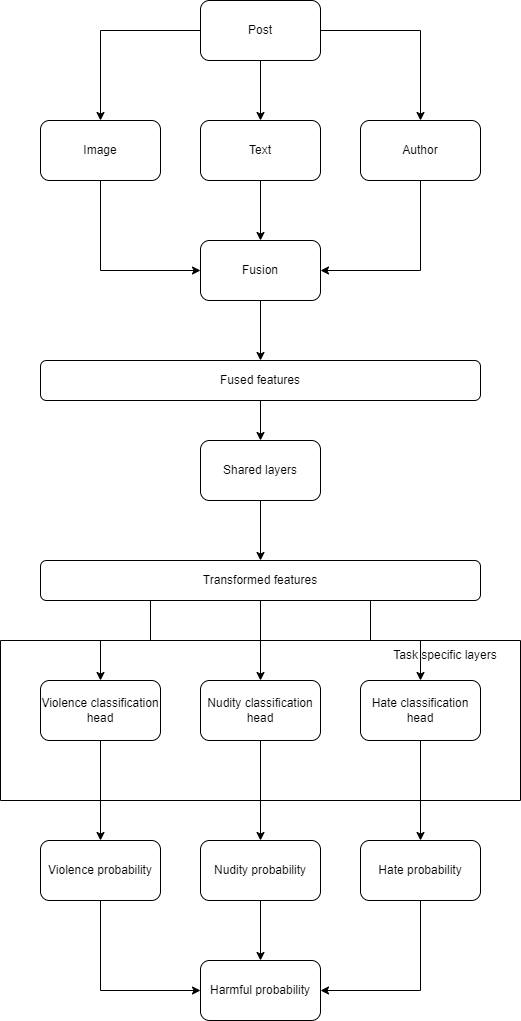
The draw.io diagram machine-learning/image/machine-learning-system-design-1/harmful-content-detection-7.png in riehseun/riehseun.github.io, before a commit. Source tidied: cells renumbered, new cells last; positions are measured from the earlier drawing's top-left corner, leaving out a move shared by most shapes. Its diagram source:
```xml
<mxGraphModel>
  <root>
    <mxCell id="0" />
    <mxCell id="1" parent="0" />
    <mxCell id="2" style="edgeStyle=orthogonalEdgeStyle;rounded=0;jettySize=auto;html=1;exitX=0.5;exitY=1;exitDx=0;exitDy=0;entryX=0.5;entryY=0;entryDx=0;entryDy=0;" parent="1" edge="1" source="3" target="36">
      <mxGeometry relative="1" as="geometry" />
    </mxCell>
    <mxCell id="3" value="Nudity probability" style="rounded=1;whiteSpace=wrap;html=1;" parent="1" vertex="1">
      <mxGeometry x="200" y="840" width="120" height="60" as="geometry" />
    </mxCell>
    <mxCell id="4" style="edgeStyle=orthogonalEdgeStyle;rounded=0;jettySize=auto;html=1;exitX=0.5;exitY=1;exitDx=0;exitDy=0;entryX=0.5;entryY=0;entryDx=0;entryDy=0;" parent="1" edge="1" source="5" target="13">
      <mxGeometry relative="1" as="geometry" />
    </mxCell>
    <mxCell id="5" value="Violence classification head" style="rounded=1;whiteSpace=wrap;html=1;" parent="1" vertex="1">
      <mxGeometry x="40" y="680" width="120" height="60" as="geometry" />
    </mxCell>
    <mxCell id="6" style="edgeStyle=orthogonalEdgeStyle;rounded=0;jettySize=auto;html=1;exitX=0.5;exitY=1;exitDx=0;exitDy=0;entryX=0.5;entryY=0;entryDx=0;entryDy=0;" parent="1" edge="1" source="7" target="17">
      <mxGeometry relative="1" as="geometry" />
    </mxCell>
    <mxCell id="7" value="Fused features" style="rounded=1;whiteSpace=wrap;html=1;" parent="1" vertex="1">
      <mxGeometry x="40" y="360" width="440" height="40" as="geometry" />
    </mxCell>
    <mxCell id="8" style="edgeStyle=orthogonalEdgeStyle;rounded=0;jettySize=auto;html=1;exitX=0.5;exitY=1;exitDx=0;exitDy=0;entryX=0.5;entryY=0;entryDx=0;entryDy=0;" parent="1" edge="1" source="9" target="3">
      <mxGeometry relative="1" as="geometry" />
    </mxCell>
    <mxCell id="9" value="Nudity classification head" style="rounded=1;whiteSpace=wrap;html=1;" parent="1" vertex="1">
      <mxGeometry x="200" y="680" width="120" height="60" as="geometry" />
    </mxCell>
    <mxCell id="10" style="edgeStyle=orthogonalEdgeStyle;rounded=0;jettySize=auto;html=1;exitX=0.5;exitY=1;exitDx=0;exitDy=0;entryX=0.5;entryY=0;entryDx=0;entryDy=0;" parent="1" edge="1" source="11" target="15">
      <mxGeometry relative="1" as="geometry" />
    </mxCell>
    <mxCell id="11" value="Hate classification head" style="rounded=1;whiteSpace=wrap;html=1;" parent="1" vertex="1">
      <mxGeometry x="360" y="680" width="120" height="60" as="geometry" />
    </mxCell>
    <mxCell id="12" style="edgeStyle=orthogonalEdgeStyle;rounded=0;jettySize=auto;html=1;exitX=0.5;exitY=1;exitDx=0;exitDy=0;entryX=0;entryY=0.5;entryDx=0;entryDy=0;" parent="1" edge="1" source="13" target="36">
      <mxGeometry relative="1" as="geometry" />
    </mxCell>
    <mxCell id="13" value="Violence probability" style="rounded=1;whiteSpace=wrap;html=1;" parent="1" vertex="1">
      <mxGeometry x="40" y="840" width="120" height="60" as="geometry" />
    </mxCell>
    <mxCell id="14" style="edgeStyle=orthogonalEdgeStyle;rounded=0;jettySize=auto;html=1;exitX=0.5;exitY=1;exitDx=0;exitDy=0;entryX=1;entryY=0.5;entryDx=0;entryDy=0;" parent="1" edge="1" source="15" target="36">
      <mxGeometry relative="1" as="geometry" />
    </mxCell>
    <mxCell id="15" value="Hate probability" style="rounded=1;whiteSpace=wrap;html=1;" parent="1" vertex="1">
      <mxGeometry x="360" y="840" width="120" height="60" as="geometry" />
    </mxCell>
    <mxCell id="16" style="edgeStyle=orthogonalEdgeStyle;rounded=0;jettySize=auto;html=1;exitX=0.5;exitY=1;exitDx=0;exitDy=0;entryX=0.5;entryY=0;entryDx=0;entryDy=0;" parent="1" edge="1" source="17" target="21">
      <mxGeometry relative="1" as="geometry" />
    </mxCell>
    <mxCell id="17" value="Shared layers" style="rounded=1;whiteSpace=wrap;html=1;" parent="1" vertex="1">
      <mxGeometry x="200" y="440" width="120" height="60" as="geometry" />
    </mxCell>
    <mxCell id="18" style="edgeStyle=orthogonalEdgeStyle;rounded=0;jettySize=auto;html=1;exitX=0.5;exitY=1;exitDx=0;exitDy=0;entryX=0.5;entryY=0;entryDx=0;entryDy=0;" parent="1" edge="1" source="21" target="9">
      <mxGeometry relative="1" as="geometry" />
    </mxCell>
    <mxCell id="19" style="edgeStyle=orthogonalEdgeStyle;rounded=0;jettySize=auto;html=1;exitX=0.25;exitY=1;exitDx=0;exitDy=0;entryX=0.5;entryY=0;entryDx=0;entryDy=0;" parent="1" edge="1" source="21" target="5">
      <mxGeometry relative="1" as="geometry" />
    </mxCell>
    <mxCell id="20" style="edgeStyle=orthogonalEdgeStyle;rounded=0;jettySize=auto;html=1;exitX=0.75;exitY=1;exitDx=0;exitDy=0;entryX=0.5;entryY=0;entryDx=0;entryDy=0;" parent="1" edge="1" source="21" target="11">
      <mxGeometry relative="1" as="geometry" />
    </mxCell>
    <mxCell id="21" value="Transformed features" style="rounded=1;whiteSpace=wrap;html=1;" parent="1" vertex="1">
      <mxGeometry x="40" y="560" width="440" height="40" as="geometry" />
    </mxCell>
    <mxCell id="22" style="swimlane;startSize=0;" parent="1" vertex="1">
      <mxGeometry y="640" width="520" height="160" as="geometry" />
    </mxCell>
    <mxCell id="23" value="Task specific layers" style="text;html=1;strokeColor=none;fillColor=none;align=center;verticalAlign=middle;whiteSpace=wrap;rounded=0;" parent="22" vertex="1">
      <mxGeometry x="370" width="150" height="30" as="geometry" />
    </mxCell>
    <mxCell id="24" style="edgeStyle=orthogonalEdgeStyle;rounded=0;jettySize=auto;html=1;exitX=0;exitY=0.5;exitDx=0;exitDy=0;entryX=0.5;entryY=0;entryDx=0;entryDy=0;" parent="1" edge="1" source="27" target="29">
      <mxGeometry relative="1" as="geometry" />
    </mxCell>
    <mxCell id="25" style="edgeStyle=orthogonalEdgeStyle;rounded=0;jettySize=auto;html=1;exitX=0.5;exitY=1;exitDx=0;exitDy=0;entryX=0.5;entryY=0;entryDx=0;entryDy=0;" parent="1" edge="1" source="27" target="31">
      <mxGeometry relative="1" as="geometry" />
    </mxCell>
    <mxCell id="26" style="edgeStyle=orthogonalEdgeStyle;rounded=0;jettySize=auto;html=1;exitX=1;exitY=0.5;exitDx=0;exitDy=0;entryX=0.5;entryY=0;entryDx=0;entryDy=0;" parent="1" edge="1" source="27" target="33">
      <mxGeometry relative="1" as="geometry" />
    </mxCell>
    <mxCell id="27" value="Post" style="rounded=1;whiteSpace=wrap;html=1;" parent="1" vertex="1">
      <mxGeometry x="200" width="120" height="60" as="geometry" />
    </mxCell>
    <mxCell id="28" style="edgeStyle=orthogonalEdgeStyle;rounded=0;jettySize=auto;html=1;exitX=0.5;exitY=1;exitDx=0;exitDy=0;entryX=0;entryY=0.5;entryDx=0;entryDy=0;" parent="1" edge="1" source="29" target="35">
      <mxGeometry relative="1" as="geometry" />
    </mxCell>
    <mxCell id="29" value="Image" style="rounded=1;whiteSpace=wrap;html=1;" parent="1" vertex="1">
      <mxGeometry x="40" y="120" width="120" height="60" as="geometry" />
    </mxCell>
    <mxCell id="30" style="edgeStyle=orthogonalEdgeStyle;rounded=0;jettySize=auto;html=1;exitX=0.5;exitY=1;exitDx=0;exitDy=0;" parent="1" edge="1" source="31" target="35">
      <mxGeometry relative="1" as="geometry" />
    </mxCell>
    <mxCell id="31" value="Text" style="rounded=1;whiteSpace=wrap;html=1;" parent="1" vertex="1">
      <mxGeometry x="200" y="120" width="120" height="60" as="geometry" />
    </mxCell>
    <mxCell id="32" style="edgeStyle=orthogonalEdgeStyle;rounded=0;jettySize=auto;html=1;exitX=0.5;exitY=1;exitDx=0;exitDy=0;entryX=1;entryY=0.5;entryDx=0;entryDy=0;" parent="1" edge="1" source="33" target="35">
      <mxGeometry relative="1" as="geometry" />
    </mxCell>
    <mxCell id="33" value="Author" style="rounded=1;whiteSpace=wrap;html=1;" parent="1" vertex="1">
      <mxGeometry x="360" y="120" width="120" height="60" as="geometry" />
    </mxCell>
    <mxCell id="34" style="edgeStyle=orthogonalEdgeStyle;rounded=0;jettySize=auto;html=1;exitX=0.5;exitY=1;exitDx=0;exitDy=0;entryX=0.5;entryY=0;entryDx=0;entryDy=0;" parent="1" edge="1" source="35" target="7">
      <mxGeometry relative="1" as="geometry" />
    </mxCell>
    <mxCell id="35" value="Fusion" style="rounded=1;whiteSpace=wrap;html=1;" parent="1" vertex="1">
      <mxGeometry x="200" y="240" width="120" height="60" as="geometry" />
    </mxCell>
    <mxCell id="36" value="Harmful probability" style="rounded=1;whiteSpace=wrap;html=1;" parent="1" vertex="1">
      <mxGeometry x="200" y="960" width="120" height="60" as="geometry" />
    </mxCell>
  </root>
</mxGraphModel>
```
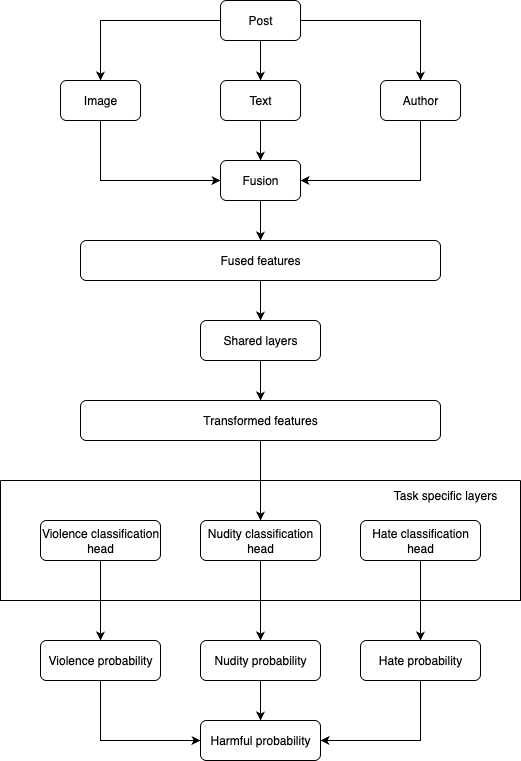
The same file after the commit.

What changed in the source:
```diff
@@ -6,68 +6,62 @@
       <mxGeometry relative="1" as="geometry" />
     </mxCell>
     <mxCell id="3" value="Nudity probability" style="rounded=1;whiteSpace=wrap;html=1;" parent="1" vertex="1">
-      <mxGeometry x="200" y="840" width="120" height="60" as="geometry" />
+      <mxGeometry x="200" y="640" width="120" height="40" as="geometry" />
     </mxCell>
     <mxCell id="4" style="edgeStyle=orthogonalEdgeStyle;rounded=0;jettySize=auto;html=1;exitX=0.5;exitY=1;exitDx=0;exitDy=0;entryX=0.5;entryY=0;entryDx=0;entryDy=0;" parent="1" edge="1" source="5" target="13">
       <mxGeometry relative="1" as="geometry" />
     </mxCell>
-    <mxCell id="5" value="Violence classification head" style="rounded=1;whiteSpace=wrap;html=1;" parent="1" vertex="1">
-      <mxGeometry x="40" y="680" width="120" height="60" as="geometry" />
-    </mxCell>
     <mxCell id="6" style="edgeStyle=orthogonalEdgeStyle;rounded=0;jettySize=auto;html=1;exitX=0.5;exitY=1;exitDx=0;exitDy=0;entryX=0.5;entryY=0;entryDx=0;entryDy=0;" parent="1" edge="1" source="7" target="17">
       <mxGeometry relative="1" as="geometry" />
     </mxCell>
     <mxCell id="7" value="Fused features" style="rounded=1;whiteSpace=wrap;html=1;" parent="1" vertex="1">
-      <mxGeometry x="40" y="360" width="440" height="40" as="geometry" />
+      <mxGeometry x="80" y="240" width="360" height="40" as="geometry" />
     </mxCell>
     <mxCell id="8" style="edgeStyle=orthogonalEdgeStyle;rounded=0;jettySize=auto;html=1;exitX=0.5;exitY=1;exitDx=0;exitDy=0;entryX=0.5;entryY=0;entryDx=0;entryDy=0;" parent="1" edge="1" source="9" target="3">
       <mxGeometry relative="1" as="geometry" />
     </mxCell>
     <mxCell id="9" value="Nudity classification head" style="rounded=1;whiteSpace=wrap;html=1;" parent="1" vertex="1">
-      <mxGeometry x="200" y="680" width="120" height="60" as="geometry" />
+      <mxGeometry x="200" y="520" width="120" height="40" as="geometry" />
     </mxCell>
     <mxCell id="10" style="edgeStyle=orthogonalEdgeStyle;rounded=0;jettySize=auto;html=1;exitX=0.5;exitY=1;exitDx=0;exitDy=0;entryX=0.5;entryY=0;entryDx=0;entryDy=0;" parent="1" edge="1" source="11" target="15">
       <mxGeometry relative="1" as="geometry" />
     </mxCell>
-    <mxCell id="11" value="Hate classification head" style="rounded=1;whiteSpace=wrap;html=1;" parent="1" vertex="1">
-      <mxGeometry x="360" y="680" width="120" height="60" as="geometry" />
-    </mxCell>
     <mxCell id="12" style="edgeStyle=orthogonalEdgeStyle;rounded=0;jettySize=auto;html=1;exitX=0.5;exitY=1;exitDx=0;exitDy=0;entryX=0;entryY=0.5;entryDx=0;entryDy=0;" parent="1" edge="1" source="13" target="36">
       <mxGeometry relative="1" as="geometry" />
     </mxCell>
     <mxCell id="13" value="Violence probability" style="rounded=1;whiteSpace=wrap;html=1;" parent="1" vertex="1">
-      <mxGeometry x="40" y="840" width="120" height="60" as="geometry" />
+      <mxGeometry x="40" y="640" width="120" height="40" as="geometry" />
     </mxCell>
     <mxCell id="14" style="edgeStyle=orthogonalEdgeStyle;rounded=0;jettySize=auto;html=1;exitX=0.5;exitY=1;exitDx=0;exitDy=0;entryX=1;entryY=0.5;entryDx=0;entryDy=0;" parent="1" edge="1" source="15" target="36">
       <mxGeometry relative="1" as="geometry" />
     </mxCell>
     <mxCell id="15" value="Hate probability" style="rounded=1;whiteSpace=wrap;html=1;" parent="1" vertex="1">
-      <mxGeometry x="360" y="840" width="120" height="60" as="geometry" />
+      <mxGeometry x="360" y="640" width="120" height="40" as="geometry" />
     </mxCell>
     <mxCell id="16" style="edgeStyle=orthogonalEdgeStyle;rounded=0;jettySize=auto;html=1;exitX=0.5;exitY=1;exitDx=0;exitDy=0;entryX=0.5;entryY=0;entryDx=0;entryDy=0;" parent="1" edge="1" source="17" target="21">
       <mxGeometry relative="1" as="geometry" />
     </mxCell>
     <mxCell id="17" value="Shared layers" style="rounded=1;whiteSpace=wrap;html=1;" parent="1" vertex="1">
-      <mxGeometry x="200" y="440" width="120" height="60" as="geometry" />
+      <mxGeometry x="200" y="320" width="120" height="40" as="geometry" />
     </mxCell>
     <mxCell id="18" style="edgeStyle=orthogonalEdgeStyle;rounded=0;jettySize=auto;html=1;exitX=0.5;exitY=1;exitDx=0;exitDy=0;entryX=0.5;entryY=0;entryDx=0;entryDy=0;" parent="1" edge="1" source="21" target="9">
       <mxGeometry relative="1" as="geometry" />
     </mxCell>
-    <mxCell id="19" style="edgeStyle=orthogonalEdgeStyle;rounded=0;jettySize=auto;html=1;exitX=0.25;exitY=1;exitDx=0;exitDy=0;entryX=0.5;entryY=0;entryDx=0;entryDy=0;" parent="1" edge="1" source="21" target="5">
-      <mxGeometry relative="1" as="geometry" />
-    </mxCell>
-    <mxCell id="20" style="edgeStyle=orthogonalEdgeStyle;rounded=0;jettySize=auto;html=1;exitX=0.75;exitY=1;exitDx=0;exitDy=0;entryX=0.5;entryY=0;entryDx=0;entryDy=0;" parent="1" edge="1" source="21" target="11">
-      <mxGeometry relative="1" as="geometry" />
-    </mxCell>
     <mxCell id="21" value="Transformed features" style="rounded=1;whiteSpace=wrap;html=1;" parent="1" vertex="1">
-      <mxGeometry x="40" y="560" width="440" height="40" as="geometry" />
+      <mxGeometry x="80" y="400" width="360" height="40" as="geometry" />
     </mxCell>
     <mxCell id="22" style="swimlane;startSize=0;" parent="1" vertex="1">
-      <mxGeometry y="640" width="520" height="160" as="geometry" />
+      <mxGeometry y="480" width="520" height="120" as="geometry" />
     </mxCell>
     <mxCell id="23" value="Task specific layers" style="text;html=1;strokeColor=none;fillColor=none;align=center;verticalAlign=middle;whiteSpace=wrap;rounded=0;" parent="22" vertex="1">
       <mxGeometry x="370" width="150" height="30" as="geometry" />
     </mxCell>
+    <mxCell id="5" value="Violence classification head" style="rounded=1;whiteSpace=wrap;html=1;" parent="22" vertex="1">
+      <mxGeometry x="40" y="40" width="120" height="40" as="geometry" />
+    </mxCell>
+    <mxCell id="11" value="Hate classification head" style="rounded=1;whiteSpace=wrap;html=1;" parent="22" vertex="1">
+      <mxGeometry x="360" y="40" width="120" height="40" as="geometry" />
+    </mxCell>
     <mxCell id="24" style="edgeStyle=orthogonalEdgeStyle;rounded=0;jettySize=auto;html=1;exitX=0;exitY=0.5;exitDx=0;exitDy=0;entryX=0.5;entryY=0;entryDx=0;entryDy=0;" parent="1" edge="1" source="27" target="29">
       <mxGeometry relative="1" as="geometry" />
     </mxCell>
@@ -78,34 +72,34 @@
       <mxGeometry relative="1" as="geometry" />
     </mxCell>
     <mxCell id="27" value="Post" style="rounded=1;whiteSpace=wrap;html=1;" parent="1" vertex="1">
-      <mxGeometry x="200" width="120" height="60" as="geometry" />
+      <mxGeometry x="220" width="80" height="40" as="geometry" />
     </mxCell>
     <mxCell id="28" style="edgeStyle=orthogonalEdgeStyle;rounded=0;jettySize=auto;html=1;exitX=0.5;exitY=1;exitDx=0;exitDy=0;entryX=0;entryY=0.5;entryDx=0;entryDy=0;" parent="1" edge="1" source="29" target="35">
       <mxGeometry relative="1" as="geometry" />
     </mxCell>
     <mxCell id="29" value="Image" style="rounded=1;whiteSpace=wrap;html=1;" parent="1" vertex="1">
-      <mxGeometry x="40" y="120" width="120" height="60" as="geometry" />
+      <mxGeometry x="60" y="80" width="80" height="40" as="geometry" />
     </mxCell>
     <mxCell id="30" style="edgeStyle=orthogonalEdgeStyle;rounded=0;jettySize=auto;html=1;exitX=0.5;exitY=1;exitDx=0;exitDy=0;" parent="1" edge="1" source="31" target="35">
       <mxGeometry relative="1" as="geometry" />
     </mxCell>
     <mxCell id="31" value="Text" style="rounded=1;whiteSpace=wrap;html=1;" parent="1" vertex="1">
-      <mxGeometry x="200" y="120" width="120" height="60" as="geometry" />
+      <mxGeometry x="220" y="80" width="80" height="40" as="geometry" />
     </mxCell>
     <mxCell id="32" style="edgeStyle=orthogonalEdgeStyle;rounded=0;jettySize=auto;html=1;exitX=0.5;exitY=1;exitDx=0;exitDy=0;entryX=1;entryY=0.5;entryDx=0;entryDy=0;" parent="1" edge="1" source="33" target="35">
       <mxGeometry relative="1" as="geometry" />
     </mxCell>
     <mxCell id="33" value="Author" style="rounded=1;whiteSpace=wrap;html=1;" parent="1" vertex="1">
-      <mxGeometry x="360" y="120" width="120" height="60" as="geometry" />
+      <mxGeometry x="380" y="80" width="80" height="40" as="geometry" />
     </mxCell>
     <mxCell id="34" style="edgeStyle=orthogonalEdgeStyle;rounded=0;jettySize=auto;html=1;exitX=0.5;exitY=1;exitDx=0;exitDy=0;entryX=0.5;entryY=0;entryDx=0;entryDy=0;" parent="1" edge="1" source="35" target="7">
       <mxGeometry relative="1" as="geometry" />
     </mxCell>
     <mxCell id="35" value="Fusion" style="rounded=1;whiteSpace=wrap;html=1;" parent="1" vertex="1">
-      <mxGeometry x="200" y="240" width="120" height="60" as="geometry" />
+      <mxGeometry x="220" y="160" width="80" height="40" as="geometry" />
     </mxCell>
     <mxCell id="36" value="Harmful probability" style="rounded=1;whiteSpace=wrap;html=1;" parent="1" vertex="1">
-      <mxGeometry x="200" y="960" width="120" height="60" as="geometry" />
+      <mxGeometry x="200" y="720" width="120" height="40" as="geometry" />
     </mxCell>
   </root>
 </mxGraphModel>
```
